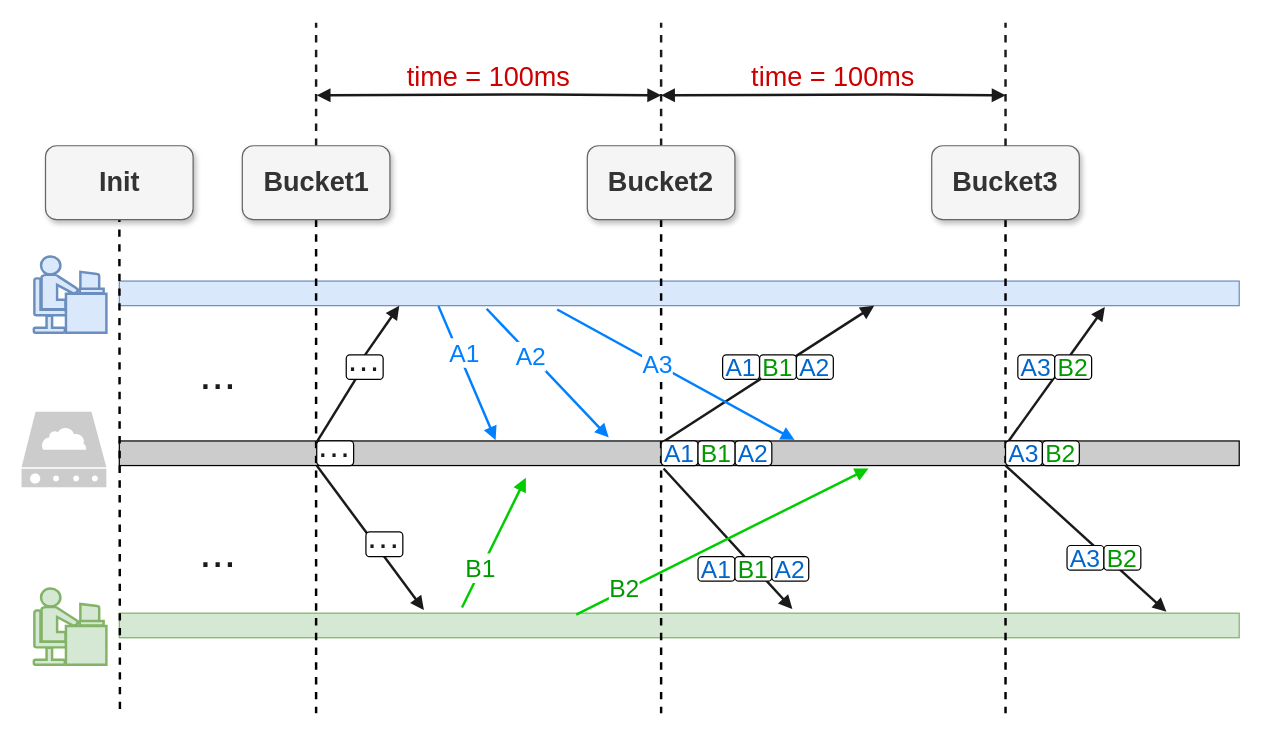
Before: page "Bucket LockStep 2.0" (5 of 20) of booming/Booming ypwangv3.0 104ppt-17.drawio in yrdimple/flowChart, a draw.io diagram. Source tidied: cells renumbered, new cells numbered last; positions are measured from the earlier drawing's top-left corner, leaving out a move shared by most shapes. Both pictures are drawn from the tidied source at 123%, with x=0, y=0 at pixel (21, 22).
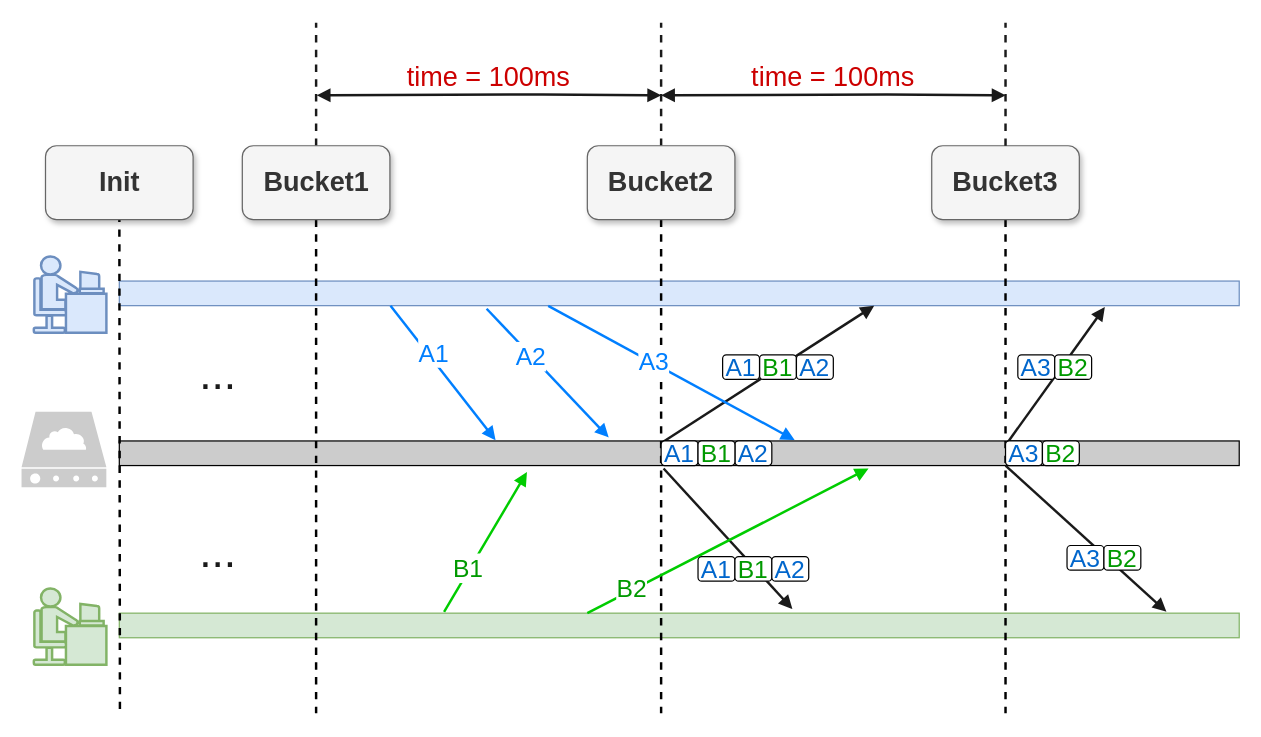
The same page after the edit.

The change refers to these unchanged cells:
```xml
<mxCell id="2" style="rounded=0;whiteSpace=wrap;html=1;fillColor=#CCCCCC;" parent="1" vertex="1">
  <mxGeometry x="79.5" y="340" width="910.5" height="20" as="geometry" />
</mxCell>
<mxCell id="3" style="rounded=0;whiteSpace=wrap;html=1;fillColor=#d5e8d4;strokeColor=#82b366;" parent="1" vertex="1">
  <mxGeometry x="79.5" y="480" width="910.5" height="20" as="geometry" />
</mxCell>
<mxCell id="4" style="rounded=0;whiteSpace=wrap;html=1;fillColor=#dae8fc;strokeColor=#6c8ebf;" parent="1" vertex="1">
  <mxGeometry x="79.5" y="210" width="910.5" height="20" as="geometry" />
</mxCell>
```

Diff of the diagram source:
```diff
@@
-    <mxCell id="11" style="endArrow=block;html=1;rounded=0;strokeWidth=2;fillColor=#dae8fc;gradientColor=#7ea6e0;strokeColor=#007FFF;entryX=0.336;entryY=-0.031;entryDx=0;entryDy=0;endFill=1;fontSize=20;entryPerimeter=0;exitX=0.285;exitY=1.019;exitDx=0;exitDy=0;exitPerimeter=0;" parent="1" edge="1" source="4" target="2">
-      <mxGeometry relative="1" as="geometry" />
+    <mxCell id="11" style="endArrow=block;html=1;rounded=0;strokeWidth=2;fillColor=#dae8fc;gradientColor=#7ea6e0;strokeColor=#007FFF;entryX=0.336;entryY=-0.031;entryDx=0;entryDy=0;endFill=1;fontSize=20;entryPerimeter=0;" parent="1" edge="1" target="2">
+      <mxGeometry relative="1" as="geometry">
+        <mxPoint x="300" y="230" as="sourcePoint" />
+      </mxGeometry>
     </mxCell>
@@
-    <mxCell id="13" style="endArrow=block;html=1;rounded=0;strokeWidth=2;fillColor=#ffff88;strokeColor=#00CC00;fontColor=#009900;endFill=1;fontSize=20;exitX=0.306;exitY=-0.23;exitDx=0;exitDy=0;exitPerimeter=0;" parent="1" edge="1" source="3">
-      <mxGeometry relative="1" as="geometry">
-        <mxPoint x="410" y="370" as="targetPoint" />
-      </mxGeometry>
+    <mxCell id="13" style="endArrow=block;html=1;rounded=0;strokeWidth=2;fillColor=#ffff88;strokeColor=#00CC00;fontColor=#009900;endFill=1;fontSize=20;exitX=0.29;exitY=-0.056;exitDx=0;exitDy=0;exitPerimeter=0;entryX=0.364;entryY=1.267;entryDx=0;entryDy=0;entryPerimeter=0;" parent="1" edge="1" source="3" target="2">
+      <mxGeometry relative="1" as="geometry" />
     </mxCell>
@@
-    <mxCell id="24" style="endArrow=block;html=1;rounded=0;strokeWidth=2;fillColor=#dae8fc;gradientColor=#7ea6e0;strokeColor=#007FFF;entryX=0.603;entryY=-0.04;entryDx=0;entryDy=0;entryPerimeter=0;exitX=0.391;exitY=1.156;exitDx=0;exitDy=0;exitPerimeter=0;endFill=1;fontSize=20;" parent="1" edge="1" source="4" target="2">
+    <mxCell id="24" style="endArrow=block;html=1;rounded=0;strokeWidth=2;fillColor=#dae8fc;gradientColor=#7ea6e0;strokeColor=#007FFF;entryX=0.603;entryY=-0.04;entryDx=0;entryDy=0;entryPerimeter=0;exitX=0.383;exitY=1.007;exitDx=0;exitDy=0;exitPerimeter=0;endFill=1;fontSize=20;" parent="1" edge="1" source="4" target="2">
       <mxGeometry relative="1" as="geometry" />
     </mxCell>
@@
-    <mxCell id="26" style="endArrow=block;html=1;rounded=0;strokeWidth=2;exitX=0.408;exitY=0.056;exitDx=0;exitDy=0;exitPerimeter=0;fillColor=#ffff88;strokeColor=#00CC00;fontColor=#009900;endFill=1;entryX=0.669;entryY=1.118;entryDx=0;entryDy=0;entryPerimeter=0;fontSize=20;" parent="1" edge="1" source="3" target="2">
-      <mxGeometry relative="1" as="geometry" />
+    <mxCell id="26" style="endArrow=block;html=1;rounded=0;strokeWidth=2;fillColor=#ffff88;strokeColor=#00CC00;fontColor=#009900;endFill=1;entryX=0.669;entryY=1.118;entryDx=0;entryDy=0;entryPerimeter=0;fontSize=20;" parent="1" edge="1" target="2">
+      <mxGeometry relative="1" as="geometry">
+        <mxPoint x="460" y="480" as="sourcePoint" />
+      </mxGeometry>
     </mxCell>
@@
-    <mxCell id="55" style="endArrow=block;html=1;rounded=0;strokeWidth=2;entryX=0.25;entryY=1;entryDx=0;entryDy=0;fillColor=#dae8fc;gradientColor=#7ea6e0;strokeColor=#1A1A1A;endFill=1;exitX=0.485;exitY=0.05;exitDx=0;exitDy=0;fontSize=20;exitPerimeter=0;startArrow=none;" parent="1" edge="1" target="4">
-      <mxGeometry relative="1" as="geometry">
-        <mxPoint x="278.6" y="271" as="sourcePoint" />
-      </mxGeometry>
-    </mxCell>
-    <mxCell id="56" style="endArrow=block;html=1;rounded=0;strokeWidth=2;fillColor=#dae8fc;gradientColor=#7ea6e0;strokeColor=#1A1A1A;endFill=1;exitX=0.486;exitY=1.118;exitDx=0;exitDy=0;exitPerimeter=0;entryX=0.272;entryY=-0.126;entryDx=0;entryDy=0;entryPerimeter=0;fontSize=20;" parent="1" edge="1" target="3">
-      <mxGeometry relative="1" as="geometry">
-        <mxPoint x="240" y="360" as="sourcePoint" />
-      </mxGeometry>
-    </mxCell>
-    <mxCell id="57" style="endArrow=none;html=1;rounded=0;strokeWidth=2;entryX=0.25;entryY=1;entryDx=0;entryDy=0;fillColor=#dae8fc;gradientColor=#7ea6e0;strokeColor=#1A1A1A;endFill=1;exitX=0.485;exitY=0.05;exitDx=0;exitDy=0;fontSize=20;exitPerimeter=0;" parent="1" edge="1">
-      <mxGeometry relative="1" as="geometry">
-        <mxPoint x="240" y="340.9" as="sourcePoint" />
-        <mxPoint x="271.5" y="290" as="targetPoint" />
-      </mxGeometry>
-    </mxCell>
-    <mxCell id="58" value="&lt;font color=&quot;#1a1a1a&quot;&gt;···&lt;/font&gt;" style="rounded=1;whiteSpace=wrap;html=1;fontSize=27;fontColor=#0066CC;strokeWidth=1;fillColor=default;gradientColor=none;align=right;labelPosition=center;verticalLabelPosition=middle;verticalAlign=middle;horizontal=1;" parent="1" vertex="1">
-      <mxGeometry x="264" y="270" width="30" height="20" as="geometry" />
-    </mxCell>
-    <mxCell id="59" value="&lt;font color=&quot;#1a1a1a&quot;&gt;···&lt;/font&gt;" style="rounded=1;whiteSpace=wrap;html=1;fontSize=27;fontColor=#0066CC;strokeWidth=1;fillColor=default;gradientColor=none;align=right;labelPosition=center;verticalLabelPosition=middle;verticalAlign=middle;horizontal=1;" parent="1" vertex="1">
-      <mxGeometry x="240" y="340" width="30" height="20" as="geometry" />
-    </mxCell>
-    <mxCell id="60" value="&lt;font color=&quot;#1a1a1a&quot;&gt;···&lt;/font&gt;" style="rounded=1;whiteSpace=wrap;html=1;fontSize=27;fontColor=#0066CC;strokeWidth=1;fillColor=default;gradientColor=none;align=right;labelPosition=center;verticalLabelPosition=middle;verticalAlign=middle;horizontal=1;" parent="1" vertex="1">
-      <mxGeometry x="280" y="414" width="30" height="20" as="geometry" />
-    </mxCell>
```
